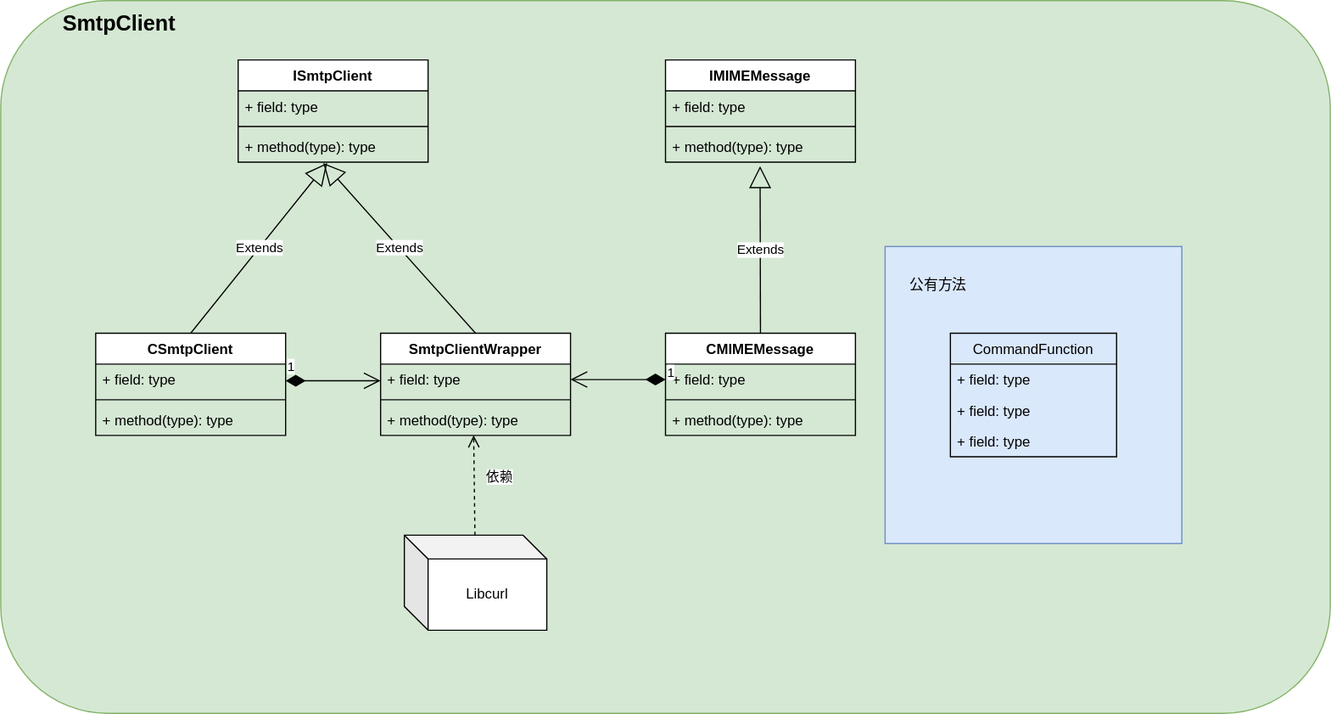
Jan-idaoba/Program-framework-design keeps this draw.io diagram as SMTPClient design/SmtpClient.svg. Above is the earlier version. Source tidied: cells renumbered, new cells last; positions are measured from the earlier drawing's top-left corner, leaving out a move shared by most shapes.
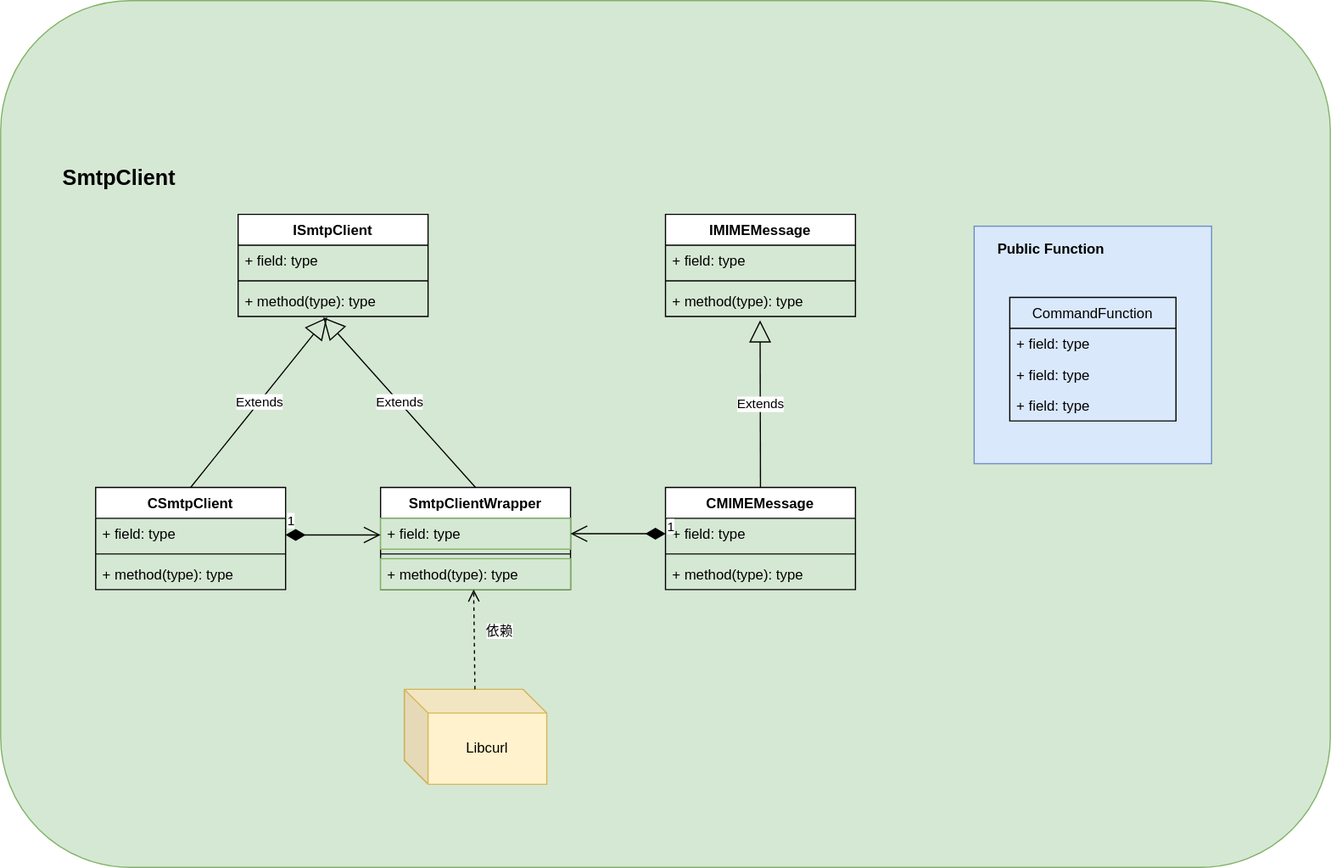
The same file after the commit.

Change to the diagram source:
```diff
@@ -3,10 +3,10 @@
     <mxCell id="0" />
     <mxCell id="1" parent="0" />
     <mxCell id="2" style="rounded=1;whiteSpace=wrap;html=1;fillColor=#d5e8d4;strokeColor=#82b366;" parent="1" vertex="1">
-      <mxGeometry width="1120" height="600" as="geometry" />
+      <mxGeometry y="-130" width="1120" height="730" as="geometry" />
     </mxCell>
     <mxCell id="3" style="whiteSpace=wrap;html=1;fillColor=#dae8fc;strokeColor=#6c8ebf;" parent="1" vertex="1">
-      <mxGeometry x="745" y="207" width="250" height="250" as="geometry" />
+      <mxGeometry x="820" y="60" width="200" height="200" as="geometry" />
     </mxCell>
     <mxCell id="4" value="IMIMEMessage" style="swimlane;fontStyle=1;align=center;verticalAlign=top;horizontal=1;startSize=26;" parent="1" vertex="1">
       <mxGeometry x="560" y="50" width="160" height="86" as="geometry" />
@@ -35,13 +35,13 @@
     <mxCell id="12" value="SmtpClientWrapper" style="swimlane;fontStyle=1;align=center;verticalAlign=top;horizontal=1;startSize=26;" parent="1" vertex="1">
       <mxGeometry x="320" y="280" width="160" height="86" as="geometry" />
     </mxCell>
-    <mxCell id="13" value="+ field: type" style="text;strokeColor=none;fillColor=none;align=left;verticalAlign=top;spacingLeft=4;spacingRight=4;overflow=hidden;points=[[0,0.5],[1,0.5]];portConstraint=eastwest;" parent="12" vertex="1">
+    <mxCell id="13" value="+ field: type" style="text;strokeColor=#82b366;fillColor=#d5e8d4;align=left;verticalAlign=top;spacingLeft=4;spacingRight=4;overflow=hidden;points=[[0,0.5],[1,0.5]];portConstraint=eastwest;" parent="12" vertex="1">
       <mxGeometry y="26" width="160" height="26" as="geometry" />
     </mxCell>
     <mxCell id="14" style="line;strokeWidth=1;fillColor=none;align=left;verticalAlign=middle;spacingTop=-1;spacingLeft=3;spacingRight=3;labelPosition=right;" parent="12" vertex="1">
       <mxGeometry y="52" width="160" height="8" as="geometry" />
     </mxCell>
-    <mxCell id="15" value="+ method(type): type" style="text;strokeColor=none;fillColor=none;align=left;verticalAlign=top;spacingLeft=4;spacingRight=4;overflow=hidden;points=[[0,0.5],[1,0.5]];portConstraint=eastwest;" parent="12" vertex="1">
+    <mxCell id="15" value="+ method(type): type" style="text;strokeColor=#82b366;fillColor=#d5e8d4;align=left;verticalAlign=top;spacingLeft=4;spacingRight=4;overflow=hidden;points=[[0,0.5],[1,0.5]];portConstraint=eastwest;" parent="12" vertex="1">
       <mxGeometry y="60" width="160" height="26" as="geometry" />
     </mxCell>
     <mxCell id="16" value="Extends" style="endArrow=block;endSize=16;endFill=0;html=1;exitX=0.5;exitY=0;exitDx=0;exitDy=0;entryX=0.448;entryY=1.026;entryDx=0;entryDy=0;entryPerimeter=0;" parent="1" edge="1" source="12" target="11">
@@ -86,14 +86,14 @@
     <mxCell id="28" value="1" style="endArrow=open;html=1;endSize=12;startArrow=diamondThin;startSize=14;startFill=1;edgeStyle=orthogonalEdgeStyle;align=left;verticalAlign=bottom;entryX=1;entryY=0.5;entryDx=0;entryDy=0;exitX=0;exitY=0.5;exitDx=0;exitDy=0;" parent="1" edge="1" source="18" target="13">
       <mxGeometry x="-1" y="3" relative="1" as="geometry" />
     </mxCell>
-    <mxCell id="29" value="Libcurl" style="shape=cube;whiteSpace=wrap;html=1;boundedLbl=1;backgroundOutline=1;darkOpacity=0.05;darkOpacity2=0.1;" parent="1" vertex="1">
+    <mxCell id="29" value="Libcurl" style="shape=cube;whiteSpace=wrap;html=1;boundedLbl=1;backgroundOutline=1;darkOpacity=0.05;darkOpacity2=0.1;fillColor=#fff2cc;strokeColor=#d6b656;" parent="1" vertex="1">
       <mxGeometry x="340" y="450" width="120" height="80" as="geometry" />
     </mxCell>
     <mxCell id="30" value="依赖" style="html=1;verticalAlign=bottom;endArrow=open;dashed=1;endSize=8;entryX=0.49;entryY=1;entryDx=0;entryDy=0;entryPerimeter=0;" parent="1" edge="1" source="29" target="15">
       <mxGeometry x="-0.05" y="-21" relative="1" as="geometry" />
     </mxCell>
     <mxCell id="31" value="CommandFunction" style="swimlane;fontStyle=0;horizontal=1;startSize=26;fillColor=none;" parent="1" vertex="1">
-      <mxGeometry x="800" y="280" width="140" height="104" as="geometry" />
+      <mxGeometry x="850" y="120" width="140" height="104" as="geometry" />
     </mxCell>
     <mxCell id="32" value="+ field: type" style="text;strokeColor=none;fillColor=none;align=left;verticalAlign=top;spacingLeft=4;spacingRight=4;overflow=hidden;" parent="31" vertex="1">
       <mxGeometry y="26" width="140" height="26" as="geometry" />
@@ -104,8 +104,8 @@
     <mxCell id="34" value="+ field: type" style="text;strokeColor=none;fillColor=none;align=left;verticalAlign=top;spacingLeft=4;spacingRight=4;overflow=hidden;" parent="31" vertex="1">
       <mxGeometry y="78" width="140" height="26" as="geometry" />
     </mxCell>
-    <mxCell id="35" value="公有方法" style="text;html=1;strokeColor=none;fillColor=none;align=center;verticalAlign=middle;whiteSpace=wrap;rounded=0;" parent="1" vertex="1">
-      <mxGeometry x="760" y="230" width="60" height="20" as="geometry" />
+    <mxCell id="35" value="&lt;b&gt;Public Function&lt;/b&gt;" style="text;html=1;strokeColor=none;fillColor=none;align=center;verticalAlign=middle;whiteSpace=wrap;rounded=0;" parent="1" vertex="1">
+      <mxGeometry x="830" y="70" width="110" height="20" as="geometry" />
     </mxCell>
     <mxCell id="36" value="&lt;b&gt;&lt;font style=&quot;font-size: 18px&quot;&gt;SmtpClient&lt;/font&gt;&lt;/b&gt;" style="text;html=1;strokeColor=none;fillColor=none;align=center;verticalAlign=middle;whiteSpace=wrap;rounded=0;" parent="1" vertex="1">
       <mxGeometry x="60" y="10" width="80" height="20" as="geometry" />
```
